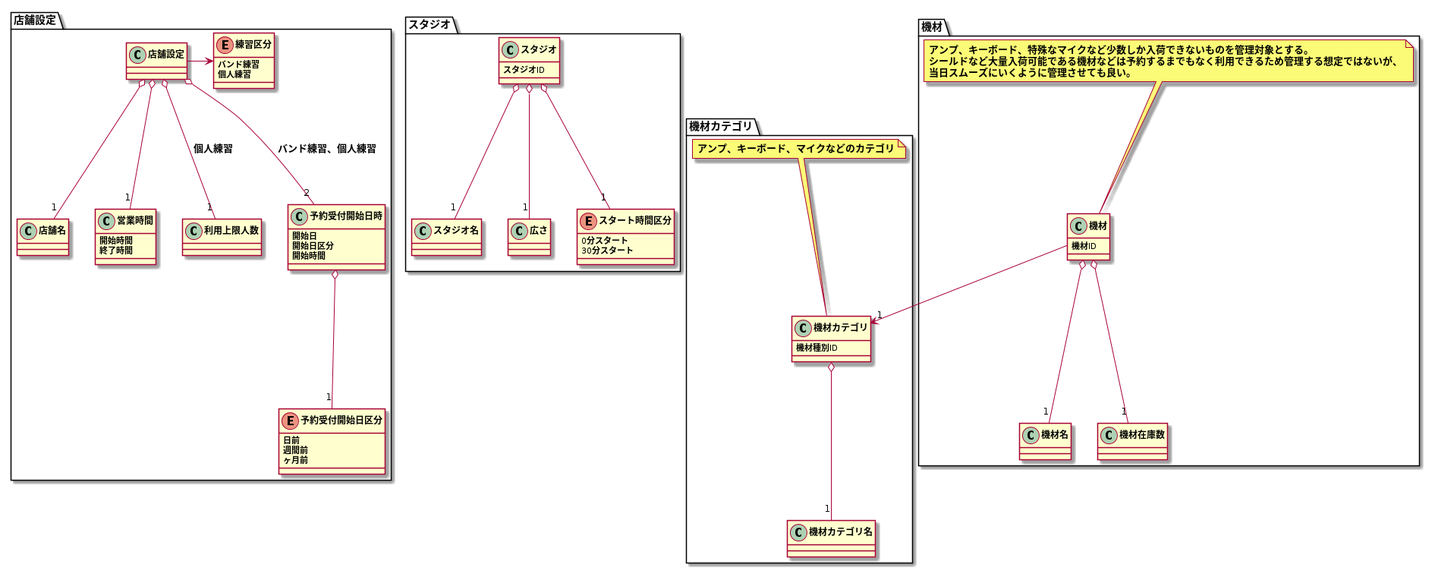
Earlier version of the PlantUML export modeling/07_DomainModel_設備管理/DomainModel.png (TakashiOnawa/ddd-practice-studio-reservation).
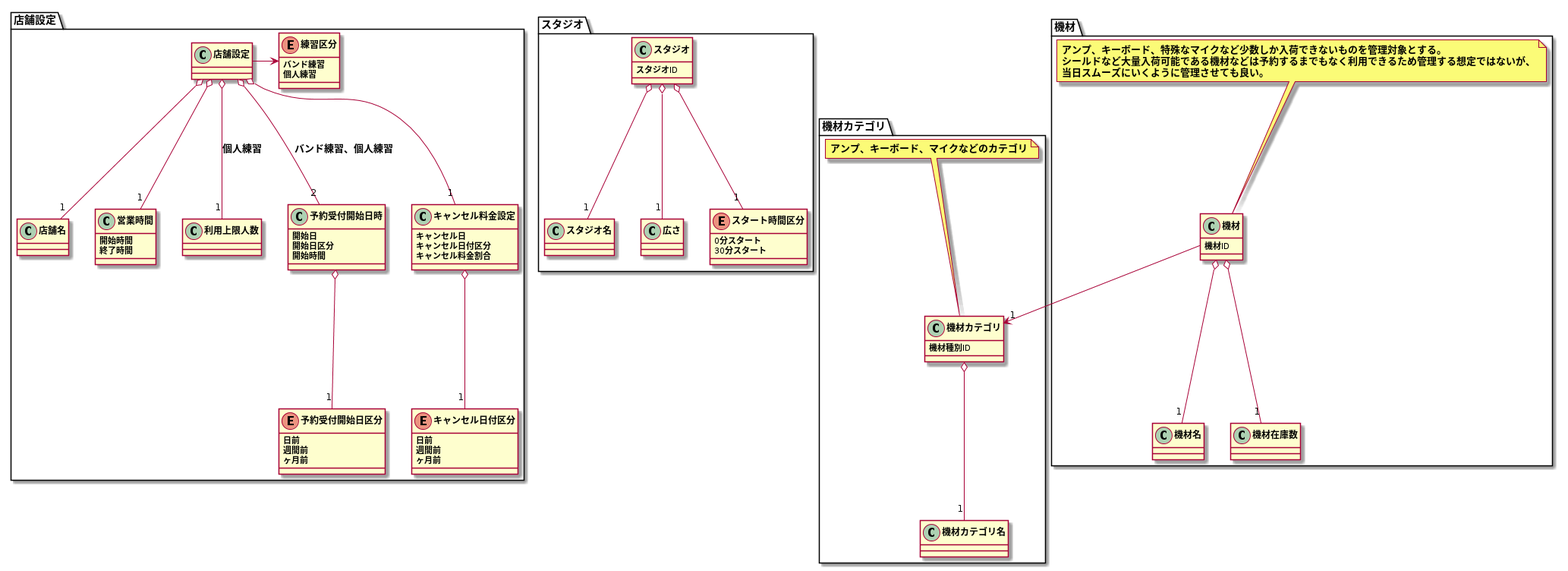
The same diagram one commit later.

Change to the diagram source:
```diff
@@ -29,10 +29,23 @@
     }
     予約受付開始日時 o-- "1" 予約受付開始日区分
 
+    class キャンセル料金設定 {
+        キャンセル日
+        キャンセル日付区分
+        キャンセル料金割合
+    }
+    enum キャンセル日付区分 {
+        日前
+        週間前
+        ヶ月前
+    }
+    キャンセル料金設定 o-- "1" キャンセル日付区分
+
     店舗設定 o-- "1" 店舗名
     店舗設定 o-- "1" 営業時間
     店舗設定 o-- "2" 予約受付開始日時 : バンド練習、個人練習
     店舗設定 o-- "1" 利用上限人数 : 個人練習
+    店舗設定 o-- "1" キャンセル料金設定
     店舗設定 -> 練習区分
 }
 
```
